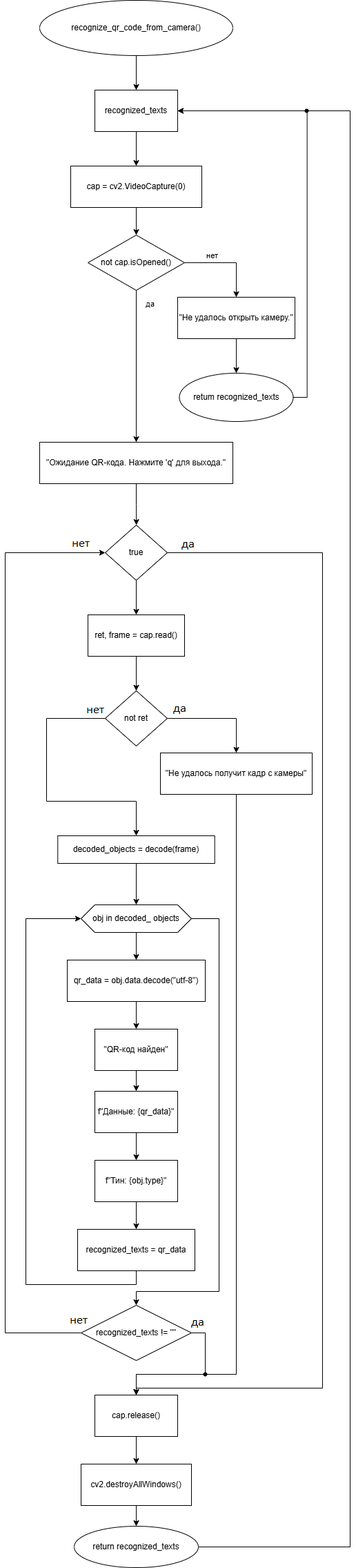
Above: блок-схемы/Распознавание qr кода.png in prostonn331/Automatic-parking-model (draw.io), before the change. Source tidied: cells renumbered, new cells last; positions are measured from the earlier drawing's top-left corner, leaving out a move shared by most shapes. Source of this version:
```xml
<mxGraphModel>
  <root>
    <mxCell id="0" />
    <mxCell id="1" parent="0" />
    <mxCell id="2" style="edgeStyle=orthogonalEdgeStyle;rounded=0;jettySize=auto;html=1;exitX=0.5;exitY=1;exitDx=0;exitDy=0;" parent="1" edge="1" source="3" target="5">
      <mxGeometry relative="1" as="geometry" />
    </mxCell>
    <mxCell id="3" value="recognize_qr_code_from_camera()" style="ellipse;whiteSpace=wrap;html=1;" parent="1" vertex="1">
      <mxGeometry x="50" width="280" height="80" as="geometry" />
    </mxCell>
    <mxCell id="4" style="edgeStyle=orthogonalEdgeStyle;rounded=0;jettySize=auto;html=1;exitX=0.5;exitY=1;exitDx=0;exitDy=0;entryX=0.5;entryY=0;entryDx=0;entryDy=0;" parent="1" edge="1" source="5" target="7">
      <mxGeometry relative="1" as="geometry" />
    </mxCell>
    <mxCell id="5" value="recognized_texts" style="rounded=0;whiteSpace=wrap;html=1;" parent="1" vertex="1">
      <mxGeometry x="130" y="130" width="120" height="60" as="geometry" />
    </mxCell>
    <mxCell id="6" style="edgeStyle=orthogonalEdgeStyle;rounded=0;jettySize=auto;html=1;exitX=0.5;exitY=1;exitDx=0;exitDy=0;entryX=0.5;entryY=0;entryDx=0;entryDy=0;" parent="1" edge="1" source="7" target="10">
      <mxGeometry relative="1" as="geometry" />
    </mxCell>
    <mxCell id="7" value="cap = cv2.VideoCapture(0)" style="rounded=0;whiteSpace=wrap;html=1;" parent="1" vertex="1">
      <mxGeometry x="95" y="240" width="190" height="60" as="geometry" />
    </mxCell>
    <mxCell id="8" value="нет" style="edgeStyle=orthogonalEdgeStyle;rounded=0;jettySize=auto;html=1;exitX=1;exitY=0.5;exitDx=0;exitDy=0;" parent="1" edge="1" source="10" target="12">
      <mxGeometry x="-0.36" y="10" relative="1" as="geometry" />
    </mxCell>
    <mxCell id="9" value="&lt;div&gt;да&lt;/div&gt;" style="edgeStyle=orthogonalEdgeStyle;rounded=0;jettySize=auto;html=1;exitX=0.5;exitY=1;exitDx=0;exitDy=0;" parent="1" edge="1" source="10" target="16">
      <mxGeometry x="-0.82" y="20" relative="1" as="geometry" />
    </mxCell>
    <mxCell id="10" value="not cap.isOpened()" style="rhombus;whiteSpace=wrap;html=1;" parent="1" vertex="1">
      <mxGeometry x="120" y="340" width="140" height="80" as="geometry" />
    </mxCell>
    <mxCell id="11" style="edgeStyle=orthogonalEdgeStyle;rounded=0;jettySize=auto;html=1;exitX=0.5;exitY=1;exitDx=0;exitDy=0;" parent="1" edge="1" source="12" target="14">
      <mxGeometry relative="1" as="geometry" />
    </mxCell>
    <mxCell id="12" value="&quot;Не удалось открыть камеру.&quot;" style="rounded=0;whiteSpace=wrap;html=1;" parent="1" vertex="1">
      <mxGeometry x="250" y="430" width="170" height="60" as="geometry" />
    </mxCell>
    <mxCell id="13" style="edgeStyle=orthogonalEdgeStyle;rounded=0;jettySize=auto;html=1;exitX=1;exitY=0.5;exitDx=0;exitDy=0;entryX=1;entryY=0.5;entryDx=0;entryDy=0;" parent="1" edge="1" source="14" target="5">
      <mxGeometry relative="1" as="geometry" />
    </mxCell>
    <mxCell id="14" value="retum recognized_texts" style="ellipse;whiteSpace=wrap;html=1;" parent="1" vertex="1">
      <mxGeometry x="252.5" y="540" width="165" height="70" as="geometry" />
    </mxCell>
    <mxCell id="15" style="edgeStyle=orthogonalEdgeStyle;rounded=0;jettySize=auto;html=1;exitX=0.5;exitY=1;exitDx=0;exitDy=0;" parent="1" edge="1" source="16">
      <mxGeometry relative="1" as="geometry">
        <mxPoint x="190.1" y="760" as="targetPoint" />
      </mxGeometry>
    </mxCell>
    <mxCell id="16" value="&quot;Ожидание QR-кода. Нажмите 'q' для выхода.&quot;" style="rounded=0;whiteSpace=wrap;html=1;" parent="1" vertex="1">
      <mxGeometry x="50" y="640" width="280" height="60" as="geometry" />
    </mxCell>
    <mxCell id="17" style="edgeStyle=orthogonalEdgeStyle;rounded=0;jettySize=auto;html=1;exitX=0.5;exitY=1;exitDx=0;exitDy=0;" parent="1" edge="1" source="19" target="21">
      <mxGeometry relative="1" as="geometry" />
    </mxCell>
    <mxCell id="18" style="edgeStyle=orthogonalEdgeStyle;rounded=0;jettySize=auto;html=1;exitX=1;exitY=0.5;exitDx=0;exitDy=0;entryX=0.5;entryY=0;entryDx=0;entryDy=0;" parent="1" edge="1" source="19" target="46">
      <mxGeometry relative="1" as="geometry">
        <Array as="points">
          <mxPoint x="460" y="800" />
          <mxPoint x="460" y="2010" />
          <mxPoint x="190" y="2010" />
        </Array>
      </mxGeometry>
    </mxCell>
    <mxCell id="19" value="true" style="rhombus;whiteSpace=wrap;html=1;" parent="1" vertex="1">
      <mxGeometry x="145" y="760" width="90" height="80" as="geometry" />
    </mxCell>
    <mxCell id="20" style="edgeStyle=orthogonalEdgeStyle;rounded=0;jettySize=auto;html=1;exitX=0.5;exitY=1;exitDx=0;exitDy=0;" parent="1" edge="1" source="21" target="24">
      <mxGeometry relative="1" as="geometry" />
    </mxCell>
    <mxCell id="21" value="ret, frame = cap.read()" style="rounded=0;whiteSpace=wrap;html=1;" parent="1" vertex="1">
      <mxGeometry x="120" y="890" width="140" height="60" as="geometry" />
    </mxCell>
    <mxCell id="22" style="edgeStyle=orthogonalEdgeStyle;rounded=0;jettySize=auto;html=1;exitX=1;exitY=0.5;exitDx=0;exitDy=0;" parent="1" edge="1" source="24" target="26">
      <mxGeometry relative="1" as="geometry" />
    </mxCell>
    <mxCell id="23" style="edgeStyle=orthogonalEdgeStyle;rounded=0;jettySize=auto;html=1;exitX=0;exitY=0.5;exitDx=0;exitDy=0;entryX=0.5;entryY=0;entryDx=0;entryDy=0;" parent="1" edge="1" source="24" target="28">
      <mxGeometry relative="1" as="geometry">
        <Array as="points">
          <mxPoint x="60" y="1040" />
          <mxPoint x="60" y="1160" />
          <mxPoint x="190" y="1160" />
        </Array>
      </mxGeometry>
    </mxCell>
    <mxCell id="24" value="not ret" style="rhombus;whiteSpace=wrap;html=1;" parent="1" vertex="1">
      <mxGeometry x="145" y="1000" width="90" height="80" as="geometry" />
    </mxCell>
    <mxCell id="25" style="edgeStyle=orthogonalEdgeStyle;rounded=0;jettySize=auto;html=1;exitX=0.5;exitY=1;exitDx=0;exitDy=0;entryX=0.5;entryY=0;entryDx=0;entryDy=0;" parent="1" edge="1" source="26" target="46">
      <mxGeometry relative="1" as="geometry">
        <Array as="points">
          <mxPoint x="335" y="1990" />
          <mxPoint x="190" y="1990" />
        </Array>
      </mxGeometry>
    </mxCell>
    <mxCell id="26" value="&quot;Не удалось получит кадр с камеры&quot;" style="rounded=0;whiteSpace=wrap;html=1;" parent="1" vertex="1">
      <mxGeometry x="225" y="1090" width="220" height="60" as="geometry" />
    </mxCell>
    <mxCell id="27" style="edgeStyle=orthogonalEdgeStyle;rounded=0;jettySize=auto;html=1;exitX=0.5;exitY=1;exitDx=0;exitDy=0;entryX=0.5;entryY=0;entryDx=0;entryDy=0;" parent="1" edge="1" source="28" target="31">
      <mxGeometry relative="1" as="geometry" />
    </mxCell>
    <mxCell id="28" value="decoded_objects = decode(frame)" style="rounded=0;whiteSpace=wrap;html=1;" parent="1" vertex="1">
      <mxGeometry x="76.2" y="1210" width="227.5" height="40" as="geometry" />
    </mxCell>
    <mxCell id="29" style="edgeStyle=orthogonalEdgeStyle;rounded=0;jettySize=auto;html=1;exitX=0.5;exitY=1;exitDx=0;exitDy=0;entryX=0.5;entryY=0;entryDx=0;entryDy=0;" parent="1" edge="1" source="31" target="35">
      <mxGeometry relative="1" as="geometry" />
    </mxCell>
    <mxCell id="30" style="edgeStyle=orthogonalEdgeStyle;rounded=0;orthogonalLoop=1;jettySize=auto;html=1;exitX=1;exitY=0.5;exitDx=0;exitDy=0;entryX=0.5;entryY=0;entryDx=0;entryDy=0;" parent="1" edge="1">
      <mxGeometry relative="1" as="geometry">
        <mxPoint x="270" y="1330" as="sourcePoint" />
        <mxPoint x="190" y="1890" as="targetPoint" />
        <Array as="points">
          <mxPoint x="310" y="1330" />
          <mxPoint x="310" y="1870" />
          <mxPoint x="190" y="1870" />
        </Array>
      </mxGeometry>
    </mxCell>
    <mxCell id="31" value="obj in decoded_ objects" style="shape=hexagon;perimeter=hexagonPerimeter2;whiteSpace=wrap;html=1;fixedSize=1;" parent="1" vertex="1">
      <mxGeometry x="110" y="1310" width="160" height="40" as="geometry" />
    </mxCell>
    <mxCell id="32" style="edgeStyle=orthogonalEdgeStyle;rounded=0;jettySize=auto;html=1;exitX=0.5;exitY=1;exitDx=0;exitDy=0;entryX=0.5;entryY=0;entryDx=0;entryDy=0;" parent="1" edge="1" source="33" target="37">
      <mxGeometry relative="1" as="geometry" />
    </mxCell>
    <mxCell id="33" value="&quot;QR-код найден&quot;" style="rounded=0;whiteSpace=wrap;html=1;" parent="1" vertex="1">
      <mxGeometry x="130" y="1490" width="120" height="60" as="geometry" />
    </mxCell>
    <mxCell id="34" style="edgeStyle=orthogonalEdgeStyle;rounded=0;jettySize=auto;html=1;exitX=0.5;exitY=1;exitDx=0;exitDy=0;entryX=0.5;entryY=0;entryDx=0;entryDy=0;" parent="1" edge="1" source="35" target="33">
      <mxGeometry relative="1" as="geometry" />
    </mxCell>
    <mxCell id="35" value="qr_data = obj.data.decode(&quot;utf-8&quot;)" style="rounded=0;whiteSpace=wrap;html=1;" parent="1" vertex="1">
      <mxGeometry x="90" y="1390" width="200" height="60" as="geometry" />
    </mxCell>
    <mxCell id="36" style="edgeStyle=orthogonalEdgeStyle;rounded=0;jettySize=auto;html=1;exitX=0.5;exitY=1;exitDx=0;exitDy=0;" parent="1" edge="1" source="37" target="39">
      <mxGeometry relative="1" as="geometry" />
    </mxCell>
    <mxCell id="37" value="f&quot;Данные: {qr_data}&quot;" style="rounded=0;whiteSpace=wrap;html=1;" parent="1" vertex="1">
      <mxGeometry x="130" y="1580" width="120" height="60" as="geometry" />
    </mxCell>
    <mxCell id="38" style="edgeStyle=orthogonalEdgeStyle;rounded=0;jettySize=auto;html=1;exitX=0.5;exitY=1;exitDx=0;exitDy=0;entryX=0.5;entryY=0;entryDx=0;entryDy=0;" parent="1" edge="1" source="39" target="41">
      <mxGeometry relative="1" as="geometry" />
    </mxCell>
    <mxCell id="39" value="f&quot;Тин: {obj.type}&quot;" style="rounded=0;whiteSpace=wrap;html=1;" parent="1" vertex="1">
      <mxGeometry x="130" y="1680" width="120" height="60" as="geometry" />
    </mxCell>
    <mxCell id="40" style="edgeStyle=orthogonalEdgeStyle;rounded=0;jettySize=auto;html=1;exitX=0.5;exitY=1;exitDx=0;exitDy=0;entryX=0;entryY=0.5;entryDx=0;entryDy=0;" parent="1" edge="1" source="41" target="31">
      <mxGeometry relative="1" as="geometry">
        <Array as="points">
          <mxPoint x="190" y="1860" />
          <mxPoint x="30" y="1860" />
          <mxPoint x="30" y="1330" />
        </Array>
      </mxGeometry>
    </mxCell>
    <mxCell id="41" value="recognized_texts = qr_data" style="rounded=0;whiteSpace=wrap;html=1;" parent="1" vertex="1">
      <mxGeometry x="105" y="1780" width="170" height="60" as="geometry" />
    </mxCell>
    <mxCell id="42" style="edgeStyle=orthogonalEdgeStyle;rounded=0;jettySize=auto;html=1;exitX=0;exitY=0.5;exitDx=0;exitDy=0;" parent="1" edge="1" source="44">
      <mxGeometry relative="1" as="geometry">
        <mxPoint x="145" y="800" as="targetPoint" />
        <Array as="points">
          <mxPoint y="1930" />
          <mxPoint y="800" />
        </Array>
      </mxGeometry>
    </mxCell>
    <mxCell id="43" style="edgeStyle=orthogonalEdgeStyle;rounded=0;jettySize=auto;html=1;exitX=1;exitY=0.5;exitDx=0;exitDy=0;" parent="1" edge="1" source="44">
      <mxGeometry relative="1" as="geometry">
        <mxPoint x="190" y="2020" as="targetPoint" />
        <Array as="points">
          <mxPoint x="290" y="1930" />
          <mxPoint x="290" y="1990" />
          <mxPoint x="190" y="1990" />
        </Array>
      </mxGeometry>
    </mxCell>
    <mxCell id="44" value="recognized_texts != &quot;&quot;" style="rhombus;whiteSpace=wrap;html=1;" parent="1" vertex="1">
      <mxGeometry x="110" y="1890" width="160" height="80" as="geometry" />
    </mxCell>
    <mxCell id="45" style="edgeStyle=orthogonalEdgeStyle;rounded=0;jettySize=auto;html=1;exitX=0.5;exitY=1;exitDx=0;exitDy=0;entryX=0.5;entryY=0;entryDx=0;entryDy=0;" parent="1" edge="1" source="46" target="48">
      <mxGeometry relative="1" as="geometry" />
    </mxCell>
    <mxCell id="46" value="cap.release()" style="rounded=0;whiteSpace=wrap;html=1;" parent="1" vertex="1">
      <mxGeometry x="130" y="2020" width="120" height="60" as="geometry" />
    </mxCell>
    <mxCell id="47" style="edgeStyle=orthogonalEdgeStyle;rounded=0;jettySize=auto;html=1;exitX=0.5;exitY=1;exitDx=0;exitDy=0;entryX=0.5;entryY=0;entryDx=0;entryDy=0;" parent="1" edge="1" source="48" target="50">
      <mxGeometry relative="1" as="geometry" />
    </mxCell>
    <mxCell id="48" value="cv2.destroyAllWindows()" style="rounded=0;whiteSpace=wrap;html=1;" parent="1" vertex="1">
      <mxGeometry x="110" y="2120" width="160" height="60" as="geometry" />
    </mxCell>
    <mxCell id="49" style="edgeStyle=orthogonalEdgeStyle;rounded=0;jettySize=auto;html=1;exitX=1;exitY=0.5;exitDx=0;exitDy=0;entryX=1;entryY=0.5;entryDx=0;entryDy=0;" parent="1" edge="1" source="50" target="5">
      <mxGeometry relative="1" as="geometry">
        <Array as="points">
          <mxPoint x="500" y="2240" />
          <mxPoint x="500" y="160" />
        </Array>
      </mxGeometry>
    </mxCell>
    <mxCell id="50" value="return recognized_texts" style="ellipse;whiteSpace=wrap;html=1;" parent="1" vertex="1">
      <mxGeometry x="100" y="2210" width="180" height="60" as="geometry" />
    </mxCell>
    <mxCell id="51" style="shape=waypoint;sketch=0;fillStyle=solid;size=6;fillColor=none;perimeter=centerPerimeter;" parent="1" vertex="1">
      <mxGeometry x="280" y="1980" width="20" height="20" as="geometry" />
    </mxCell>
    <mxCell id="52" style="shape=waypoint;sketch=0;fillStyle=solid;size=6;fillColor=none;perimeter=centerPerimeter;" parent="1" vertex="1">
      <mxGeometry x="427" y="150" width="20" height="20" as="geometry" />
    </mxCell>
  </root>
</mxGraphModel>
```
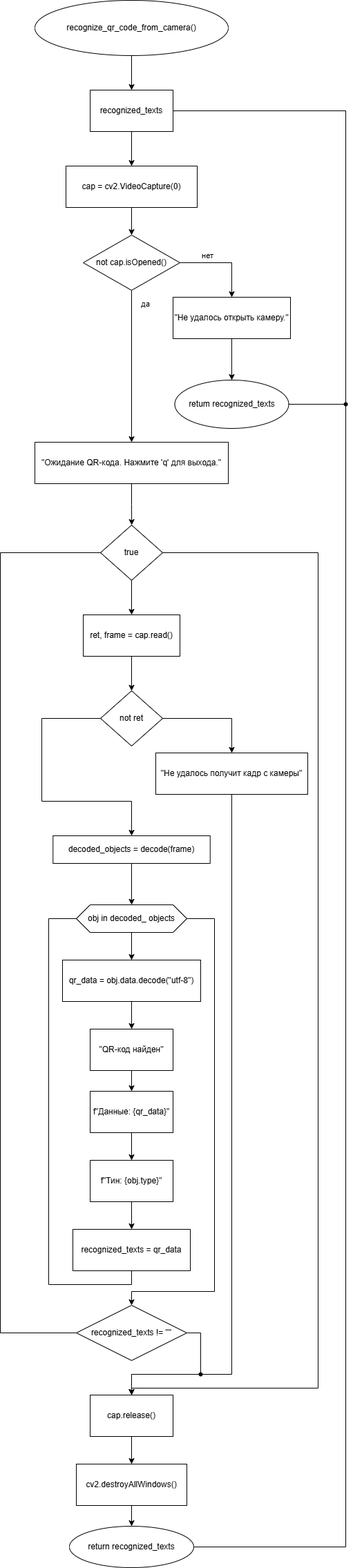
The same file after the commit.

Commit message:
поправил блок-схему

The edit, as a diff of the source:
```diff
@@ -35,11 +35,8 @@
     <mxCell id="12" value="&quot;Не удалось открыть камеру.&quot;" style="rounded=0;whiteSpace=wrap;html=1;" parent="1" vertex="1">
       <mxGeometry x="250" y="430" width="170" height="60" as="geometry" />
     </mxCell>
-    <mxCell id="13" style="edgeStyle=orthogonalEdgeStyle;rounded=0;jettySize=auto;html=1;exitX=1;exitY=0.5;exitDx=0;exitDy=0;entryX=1;entryY=0.5;entryDx=0;entryDy=0;" parent="1" edge="1" source="14" target="5">
-      <mxGeometry relative="1" as="geometry" />
-    </mxCell>
     <mxCell id="14" value="retum recognized_texts" style="ellipse;whiteSpace=wrap;html=1;" parent="1" vertex="1">
-      <mxGeometry x="252.5" y="540" width="165" height="70" as="geometry" />
+      <mxGeometry x="252.5" y="550" width="165" height="70" as="geometry" />
     </mxCell>
     <mxCell id="15" style="edgeStyle=orthogonalEdgeStyle;rounded=0;jettySize=auto;html=1;exitX=0.5;exitY=1;exitDx=0;exitDy=0;" parent="1" edge="1" source="16">
       <mxGeometry relative="1" as="geometry">
@@ -143,27 +140,9 @@
     <mxCell id="39" value="f&quot;Тин: {obj.type}&quot;" style="rounded=0;whiteSpace=wrap;html=1;" parent="1" vertex="1">
       <mxGeometry x="130" y="1680" width="120" height="60" as="geometry" />
     </mxCell>
-    <mxCell id="40" style="edgeStyle=orthogonalEdgeStyle;rounded=0;jettySize=auto;html=1;exitX=0.5;exitY=1;exitDx=0;exitDy=0;entryX=0;entryY=0.5;entryDx=0;entryDy=0;" parent="1" edge="1" source="41" target="31">
-      <mxGeometry relative="1" as="geometry">
-        <Array as="points">
-          <mxPoint x="190" y="1860" />
-          <mxPoint x="30" y="1860" />
-          <mxPoint x="30" y="1330" />
-        </Array>
-      </mxGeometry>
-    </mxCell>
     <mxCell id="41" value="recognized_texts = qr_data" style="rounded=0;whiteSpace=wrap;html=1;" parent="1" vertex="1">
       <mxGeometry x="105" y="1780" width="170" height="60" as="geometry" />
     </mxCell>
-    <mxCell id="42" style="edgeStyle=orthogonalEdgeStyle;rounded=0;jettySize=auto;html=1;exitX=0;exitY=0.5;exitDx=0;exitDy=0;" parent="1" edge="1" source="44">
-      <mxGeometry relative="1" as="geometry">
-        <mxPoint x="145" y="800" as="targetPoint" />
-        <Array as="points">
-          <mxPoint y="1930" />
-          <mxPoint y="800" />
-        </Array>
-      </mxGeometry>
-    </mxCell>
     <mxCell id="43" style="edgeStyle=orthogonalEdgeStyle;rounded=0;jettySize=auto;html=1;exitX=1;exitY=0.5;exitDx=0;exitDy=0;" parent="1" edge="1" source="44">
       <mxGeometry relative="1" as="geometry">
         <mxPoint x="190" y="2020" as="targetPoint" />
@@ -189,22 +168,79 @@
     <mxCell id="48" value="cv2.destroyAllWindows()" style="rounded=0;whiteSpace=wrap;html=1;" parent="1" vertex="1">
       <mxGeometry x="110" y="2120" width="160" height="60" as="geometry" />
     </mxCell>
-    <mxCell id="49" style="edgeStyle=orthogonalEdgeStyle;rounded=0;jettySize=auto;html=1;exitX=1;exitY=0.5;exitDx=0;exitDy=0;entryX=1;entryY=0.5;entryDx=0;entryDy=0;" parent="1" edge="1" source="50" target="5">
-      <mxGeometry relative="1" as="geometry">
-        <Array as="points">
-          <mxPoint x="500" y="2240" />
-          <mxPoint x="500" y="160" />
-        </Array>
-      </mxGeometry>
-    </mxCell>
     <mxCell id="50" value="return recognized_texts" style="ellipse;whiteSpace=wrap;html=1;" parent="1" vertex="1">
       <mxGeometry x="100" y="2210" width="180" height="60" as="geometry" />
     </mxCell>
     <mxCell id="51" style="shape=waypoint;sketch=0;fillStyle=solid;size=6;fillColor=none;perimeter=centerPerimeter;" parent="1" vertex="1">
       <mxGeometry x="280" y="1980" width="20" height="20" as="geometry" />
     </mxCell>
-    <mxCell id="52" style="shape=waypoint;sketch=0;fillStyle=solid;size=6;fillColor=none;perimeter=centerPerimeter;" parent="1" vertex="1">
-      <mxGeometry x="427" y="150" width="20" height="20" as="geometry" />
-    </mxCell>
+    <mxCell id="53" style="endArrow=none;html=1;rounded=0;entryX=0;entryY=0.5;entryDx=0;entryDy=0;" parent="1" edge="1" target="44">
+      <mxGeometry relative="1" as="geometry">
+        <mxPoint y="1930" as="sourcePoint" />
+      </mxGeometry>
+    </mxCell>
+    <mxCell id="54" style="endArrow=none;html=1;rounded=0;" parent="1" edge="1">
+      <mxGeometry relative="1" as="geometry">
+        <mxPoint y="1930" as="sourcePoint" />
+        <mxPoint y="800" as="targetPoint" />
+      </mxGeometry>
+    </mxCell>
+    <mxCell id="55" style="endArrow=none;html=1;rounded=0;entryX=0;entryY=0.5;entryDx=0;entryDy=0;" parent="1" edge="1" target="19">
+      <mxGeometry relative="1" as="geometry">
+        <mxPoint y="800" as="sourcePoint" />
+      </mxGeometry>
+    </mxCell>
+    <mxCell id="56" style="endArrow=none;html=1;rounded=0;exitX=1;exitY=0.5;exitDx=0;exitDy=0;" parent="1" edge="1" source="5">
+      <mxGeometry relative="1" as="geometry">
+        <mxPoint x="500" y="160" as="targetPoint" />
+      </mxGeometry>
+    </mxCell>
+    <mxCell id="57" style="endArrow=none;html=1;rounded=0;exitX=1;exitY=0.5;exitDx=0;exitDy=0;" parent="1" edge="1" source="14">
+      <mxGeometry relative="1" as="geometry">
+        <mxPoint x="500" y="585" as="targetPoint" />
+      </mxGeometry>
+    </mxCell>
+    <mxCell id="58" style="endArrow=none;html=1;rounded=0;" parent="1" edge="1">
+      <mxGeometry relative="1" as="geometry">
+        <mxPoint x="500" y="580" as="sourcePoint" />
+        <mxPoint x="500" y="160" as="targetPoint" />
+      </mxGeometry>
+    </mxCell>
+    <mxCell id="59" style="endArrow=none;html=1;rounded=0;exitX=1;exitY=0.5;exitDx=0;exitDy=0;" parent="1" edge="1" source="50">
+      <mxGeometry relative="1" as="geometry">
+        <mxPoint x="500" y="2240" as="targetPoint" />
+      </mxGeometry>
+    </mxCell>
+    <mxCell id="60" style="endArrow=none;html=1;rounded=0;" parent="1" edge="1">
+      <mxGeometry relative="1" as="geometry">
+        <mxPoint x="500" y="2240" as="sourcePoint" />
+        <mxPoint x="500" y="160" as="targetPoint" />
+      </mxGeometry>
+    </mxCell>
+    <mxCell id="61" style="endArrow=none;html=1;rounded=0;entryX=0.5;entryY=1;entryDx=0;entryDy=0;" parent="1" edge="1" target="41">
+      <mxGeometry relative="1" as="geometry">
+        <mxPoint x="190" y="1860" as="sourcePoint" />
+      </mxGeometry>
+    </mxCell>
+    <mxCell id="62" style="endArrow=none;html=1;rounded=0;" parent="1" edge="1">
+      <mxGeometry relative="1" as="geometry">
+        <mxPoint x="70" y="1860" as="sourcePoint" />
+        <mxPoint x="190" y="1860" as="targetPoint" />
+      </mxGeometry>
+    </mxCell>
+    <mxCell id="63" style="endArrow=none;html=1;rounded=0;" parent="1" edge="1">
+      <mxGeometry relative="1" as="geometry">
+        <mxPoint x="70" y="1860" as="sourcePoint" />
+        <mxPoint x="70" y="1330" as="targetPoint" />
+      </mxGeometry>
+    </mxCell>
+    <mxCell id="64" style="endArrow=none;html=1;rounded=0;entryX=0;entryY=0.5;entryDx=0;entryDy=0;" parent="1" edge="1" target="31">
+      <mxGeometry relative="1" as="geometry">
+        <mxPoint x="70" y="1330" as="sourcePoint" />
+      </mxGeometry>
+    </mxCell>
+    <mxCell id="65" style="shape=waypoint;sketch=0;fillStyle=solid;size=6;fillColor=none;perimeter=centerPerimeter;" parent="1" vertex="1">
+      <mxGeometry x="490" y="575" width="20" height="20" as="geometry" />
+    </mxCell>
   </root>
 </mxGraphModel>
```
